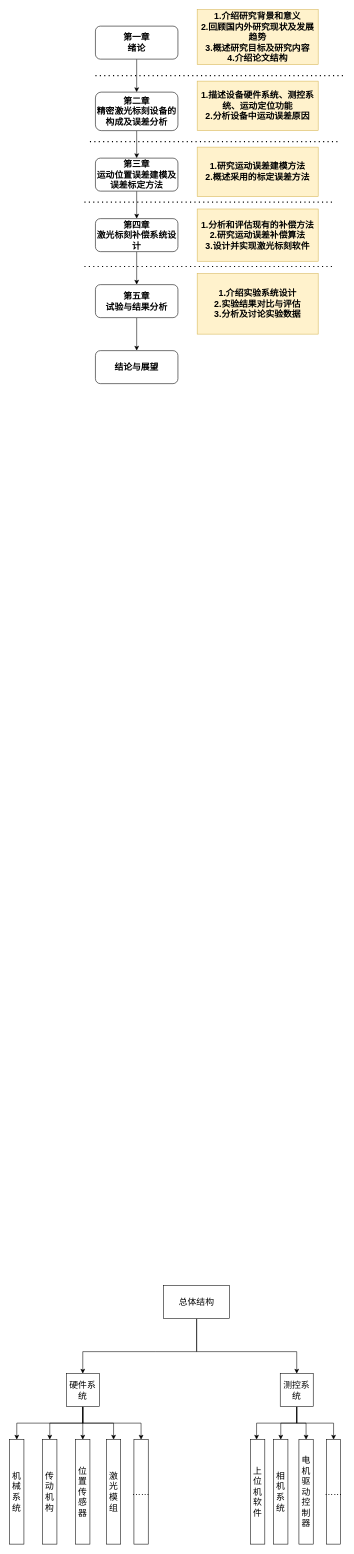
This is 第一章绪论.drawio from wjaswdd/draw.io, a draw.io file, before an edit. Source tidied: cells renumbered, new cells numbered last; positions are measured from the earlier drawing's top-left corner, leaving out a move shared by most shapes. Both pictures are drawn from the tidied source at 55%, with x=0, y=0 at pixel (9, 9).
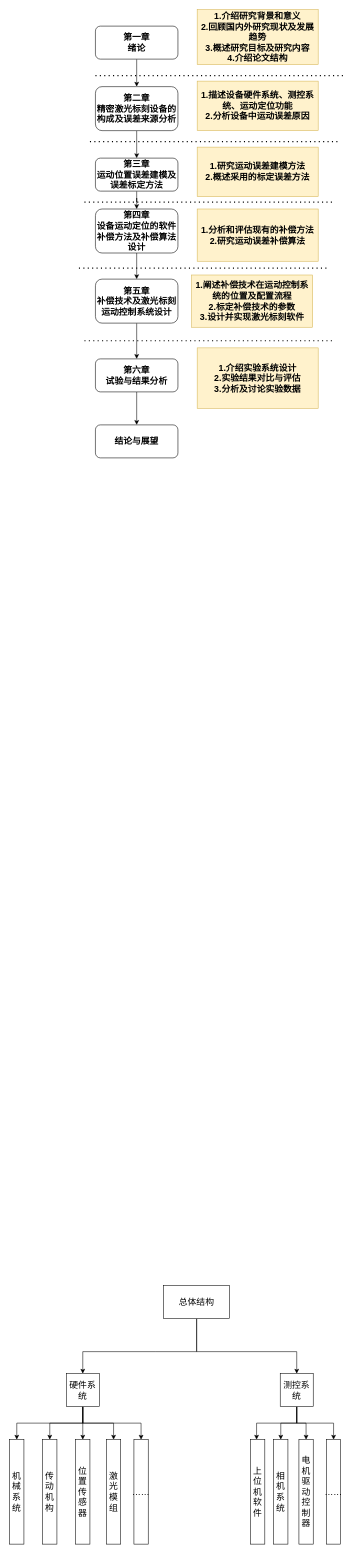
The same diagram, later.

Commit message:
更新第一章绪论.drawio

What changed in the source:
```diff
@@
-    <mxCell id="5" value="第二章&lt;br style=&quot;font-size: 16px;&quot;&gt;&lt;font style=&quot;background-color: initial; font-size: 16px;&quot;&gt;精密激光标刻设备&lt;/font&gt;&lt;span style=&quot;background-color: initial; font-size: 16px;&quot;&gt;的构成及误差分析&lt;/span&gt;" style="rounded=1;whiteSpace=wrap;html=1;fontSize=16;fontStyle=1;fontFamily=宋体;" parent="1" vertex="1">
-      <mxGeometry x="156" y="150" width="150" height="70" as="geometry" />
+    <mxCell id="5" value="第二章&lt;br style=&quot;font-size: 16px;&quot;&gt;&lt;font style=&quot;background-color: initial; font-size: 16px;&quot;&gt;精密激光标刻设备&lt;/font&gt;&lt;span style=&quot;background-color: initial; font-size: 16px;&quot;&gt;的构成及误差来源分析&lt;/span&gt;" style="rounded=1;whiteSpace=wrap;html=1;fontSize=16;fontStyle=1;fontFamily=宋体;" parent="1" vertex="1">
+      <mxGeometry x="156" y="140" width="150" height="80" as="geometry" />
     </mxCell>
@@
-    <mxCell id="9" value="第五章&lt;br style=&quot;font-size: 16px;&quot;&gt;&lt;span style=&quot;background-color: initial; font-size: 16px;&quot;&gt;试验与结果分析&lt;/span&gt;" style="rounded=1;whiteSpace=wrap;html=1;fontSize=16;fontStyle=1;fontFamily=宋体;" parent="1" vertex="1">
-      <mxGeometry x="156" y="500" width="150" height="60" as="geometry" />
+    <mxCell id="9" value="第六章&lt;br style=&quot;font-size: 16px;&quot;&gt;&lt;span style=&quot;background-color: initial; font-size: 16px;&quot;&gt;试验与结果分析&lt;/span&gt;" style="rounded=1;whiteSpace=wrap;html=1;fontSize=16;fontStyle=1;fontFamily=宋体;" parent="1" vertex="1">
+      <mxGeometry x="156" y="635" width="150" height="60" as="geometry" />
     </mxCell>
@@
     <mxCell id="11" value="结论与展望" style="rounded=1;whiteSpace=wrap;html=1;fontSize=16;fontStyle=1;fontFamily=宋体;" parent="1" vertex="1">
-      <mxGeometry x="156" y="620" width="150" height="60" as="geometry" />
+      <mxGeometry x="156" y="755" width="150" height="60" as="geometry" />
     </mxCell>
@@
     <mxCell id="16" value="1.介绍实验系统设计&lt;br style=&quot;font-size: 16px;&quot;&gt;2.实验结果对比与评估&lt;br style=&quot;font-size: 16px;&quot;&gt;3.分析及讨论实验数据" style="rounded=0;whiteSpace=wrap;html=1;fillColor=#fff2cc;strokeColor=#d6b656;fontSize=16;fontStyle=1;fontFamily=宋体;" parent="1" vertex="1">
-      <mxGeometry x="341" y="480" width="220" height="110" as="geometry" />
+      <mxGeometry x="341" y="615" width="220" height="110" as="geometry" />
     </mxCell>
     <mxCell id="17" style="endArrow=none;dashed=1;html=1;dashPattern=1 3;strokeWidth=2;rounded=0;fontSize=16;fontStyle=1;fontFamily=宋体;" parent="1" edge="1">
       <mxGeometry relative="1" as="geometry">
-        <mxPoint x="136" y="467" as="sourcePoint" />
-        <mxPoint x="586" y="467" as="targetPoint" />
+        <mxPoint x="136" y="602" as="sourcePoint" />
+        <mxPoint x="586" y="602" as="targetPoint" />
       </mxGeometry>
     </mxCell>
-    <mxCell id="18" style="edgeStyle=orthogonalEdgeStyle;rounded=0;jettySize=auto;html=1;fontSize=16;fontStyle=1;fontFamily=宋体;" parent="1" edge="1" source="19" target="9">
-      <mxGeometry relative="1" as="geometry" />
-    </mxCell>
+    <mxCell id="45" style="edgeStyle=orthogonalEdgeStyle;rounded=0;jettySize=auto;html=1;" parent="1" edge="1" source="19" target="47">
+      <mxGeometry relative="1" as="geometry" />
+    </mxCell>
-    <mxCell id="19" value="第四章&lt;br style=&quot;font-size: 16px;&quot;&gt;&lt;span style=&quot;background-color: initial; font-size: 16px;&quot;&gt;激光标刻补偿系统设计&lt;/span&gt;" style="rounded=1;whiteSpace=wrap;html=1;fontSize=16;fontStyle=1;fontFamily=宋体;" parent="1" vertex="1">
-      <mxGeometry x="156" y="380" width="150" height="60" as="geometry" />
+    <mxCell id="19" value="第四章&lt;br style=&quot;font-size: 16px;&quot;&gt;&lt;span style=&quot;background-color: initial; font-size: 16px;&quot;&gt;设备运动定位的软件补偿方法及补偿算法设计&lt;/span&gt;" style="rounded=1;whiteSpace=wrap;html=1;fontSize=16;fontStyle=1;fontFamily=宋体;" parent="1" vertex="1">
+      <mxGeometry x="156" y="362.5" width="150" height="80" as="geometry" />
     </mxCell>
@@
-    <mxCell id="21" value="1.分析和评估现有的补偿方法&lt;br style=&quot;font-size: 16px;&quot;&gt;2.研究运动误差补偿算法&lt;br style=&quot;border-color: var(--border-color); font-size: 16px;&quot;&gt;3.设计并实现激光标刻软件" style="rounded=0;whiteSpace=wrap;html=1;fillColor=#fff2cc;strokeColor=#d6b656;fontSize=16;fontStyle=1;fontFamily=宋体;" parent="1" vertex="1">
+    <mxCell id="21" value="1.分析和评估现有的补偿方法&lt;br style=&quot;font-size: 16px;&quot;&gt;2.研究运动误差补偿算法&lt;br style=&quot;border-color: var(--border-color); font-size: 16px;&quot;&gt;" style="rounded=0;whiteSpace=wrap;html=1;fillColor=#fff2cc;strokeColor=#d6b656;fontSize=16;fontStyle=1;fontFamily=宋体;" parent="1" vertex="1">
       <mxGeometry x="341" y="362.5" width="220" height="95" as="geometry" />
     </mxCell>
@@
+    <mxCell id="46" style="edgeStyle=orthogonalEdgeStyle;rounded=0;jettySize=auto;html=1;" parent="1" edge="1" source="47" target="9">
+      <mxGeometry relative="1" as="geometry" />
+    </mxCell>
+    <mxCell id="47" value="第五章&lt;br style=&quot;font-size: 16px;&quot;&gt;补偿技术及激光标刻运动控制系统设计" style="rounded=1;whiteSpace=wrap;html=1;fontSize=16;fontStyle=1;fontFamily=宋体;" parent="1" vertex="1">
+      <mxGeometry x="156" y="490" width="150" height="80" as="geometry" />
+    </mxCell>
+    <mxCell id="48" style="endArrow=none;dashed=1;html=1;dashPattern=1 3;strokeWidth=2;rounded=0;fontSize=16;fontStyle=1;fontFamily=宋体;" parent="1" edge="1">
+      <mxGeometry relative="1" as="geometry">
+        <mxPoint x="126" y="470" as="sourcePoint" />
+        <mxPoint x="576" y="470" as="targetPoint" />
+      </mxGeometry>
+    </mxCell>
+    <mxCell id="49" value="1.阐述补偿技术在运动控制系统的位置及配置流程&lt;br style=&quot;font-size: 16px;&quot;&gt;2.标定补偿技术的参数&lt;br style=&quot;border-color: var(--border-color); font-size: 16px;&quot;&gt;3.设计并实现激光标刻软件" style="rounded=0;whiteSpace=wrap;html=1;fillColor=#fff2cc;strokeColor=#d6b656;fontSize=16;fontStyle=1;fontFamily=宋体;" parent="1" vertex="1">
+      <mxGeometry x="331" y="482.5" width="220" height="95" as="geometry" />
+    </mxCell>
```
